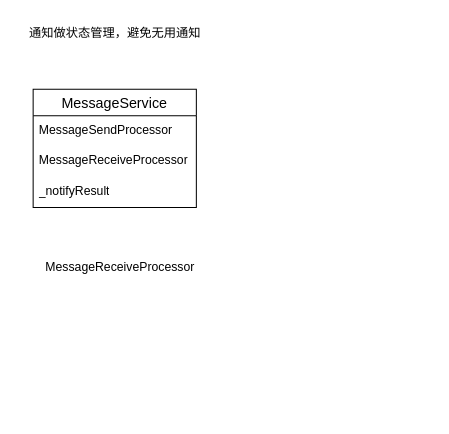
Jonty1997/personal_sources keeps this draw.io diagram as draw/塔影/需求/messageservice重构.drawio. Above is the earlier version. Source tidied: cells renumbered, new cells numbered last; positions are measured from the earlier drawing's top-left corner, leaving out a move shared by most shapes. Both pictures are drawn from the tidied source at 102%, with x=0, y=0 at pixel (17, 17).
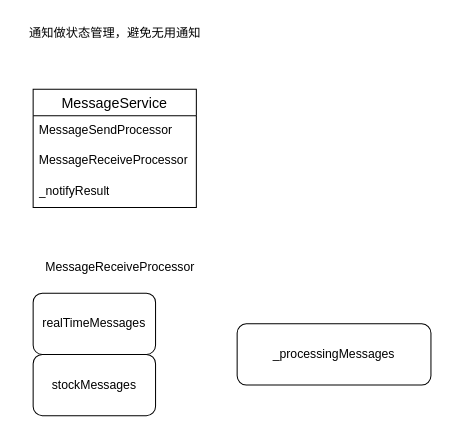
After the change.

Change to the diagram source:
```diff
@@
 <mxGraphModel>
   <root>
     <mxCell id="0" />
     <mxCell id="1" parent="0" />
     <mxCell id="2" value="MessageService" style="swimlane;fontStyle=0;horizontal=1;startSize=26;align=center;fontSize=14;" parent="1" vertex="1">
       <mxGeometry x="15" y="70" width="160" height="116" as="geometry" />
     </mxCell>
     <mxCell id="3" value="MessageSendProcessor" style="text;strokeColor=none;fillColor=none;spacingLeft=4;spacingRight=4;overflow=hidden;fontSize=12;whiteSpace=wrap;html=1;" parent="2" vertex="1">
       <mxGeometry y="26" width="160" height="30" as="geometry" />
     </mxCell>
     <mxCell id="4" value="MessageReceiveProcessor" style="text;strokeColor=none;fillColor=none;spacingLeft=4;spacingRight=4;overflow=hidden;fontSize=12;whiteSpace=wrap;html=1;" parent="2" vertex="1">
       <mxGeometry y="56" width="160" height="30" as="geometry" />
     </mxCell>
     <mxCell id="5" value="_notifyResult" style="text;strokeColor=none;fillColor=none;spacingLeft=4;spacingRight=4;overflow=hidden;fontSize=12;whiteSpace=wrap;html=1;" parent="2" vertex="1">
       <mxGeometry y="86" width="160" height="30" as="geometry" />
     </mxCell>
     <mxCell id="6" value="通知做状态管理，避免无用通知" style="text;html=1;align=center;verticalAlign=middle;strokeColor=none;fillColor=none;" parent="1" vertex="1">
       <mxGeometry width="190" height="30" as="geometry" />
     </mxCell>
     <mxCell id="7" value="&lt;span style=&quot;text-align: left; text-wrap-mode: wrap;&quot;&gt;MessageReceiveProcessor&lt;/span&gt;" style="text;html=1;align=center;verticalAlign=middle;strokeColor=none;fillColor=none;" parent="1" vertex="1">
       <mxGeometry x="15" y="230" width="170" height="30" as="geometry" />
     </mxCell>
+    <mxCell id="8" value="realTimeMessages" style="rounded=1;whiteSpace=wrap;html=1;" parent="1" vertex="1">
+      <mxGeometry x="15" y="270" width="120" height="60" as="geometry" />
+    </mxCell>
+    <mxCell id="9" value="stockMessages" style="rounded=1;whiteSpace=wrap;html=1;" parent="1" vertex="1">
+      <mxGeometry x="15" y="330" width="120" height="60" as="geometry" />
+    </mxCell>
+    <mxCell id="10" value="_processingMessages" style="rounded=1;whiteSpace=wrap;html=1;" parent="1" vertex="1">
+      <mxGeometry x="215" y="300" width="190" height="60" as="geometry" />
+    </mxCell>
   </root>
 </mxGraphModel>
```
